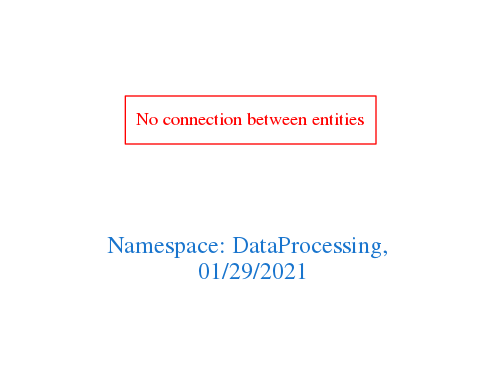
This is downloads/DataProcessing.png from arago/OGIT, a Graphviz export, as it was before one commit. Its source is kept beside it as downloads/DataProcessing.dot.
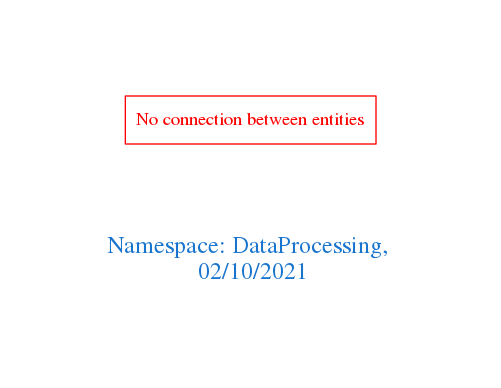
After the change.

What changed in the source:
```diff
@@ -1,7 +1,7 @@
 digraph OGIT_ontology {
  graph [ rankdir= LR,pad=1
 fontsize = 18,
-fontcolor= dodgerblue3,label = "\n\n\nNamespace: DataProcessing, \n 01/29/2021"];
+fontcolor= dodgerblue3,label = "\n\n\nNamespace: DataProcessing, \n 02/10/2021"];
 node[shape=polygon];
 edge [  color="gray81"];
 
```
